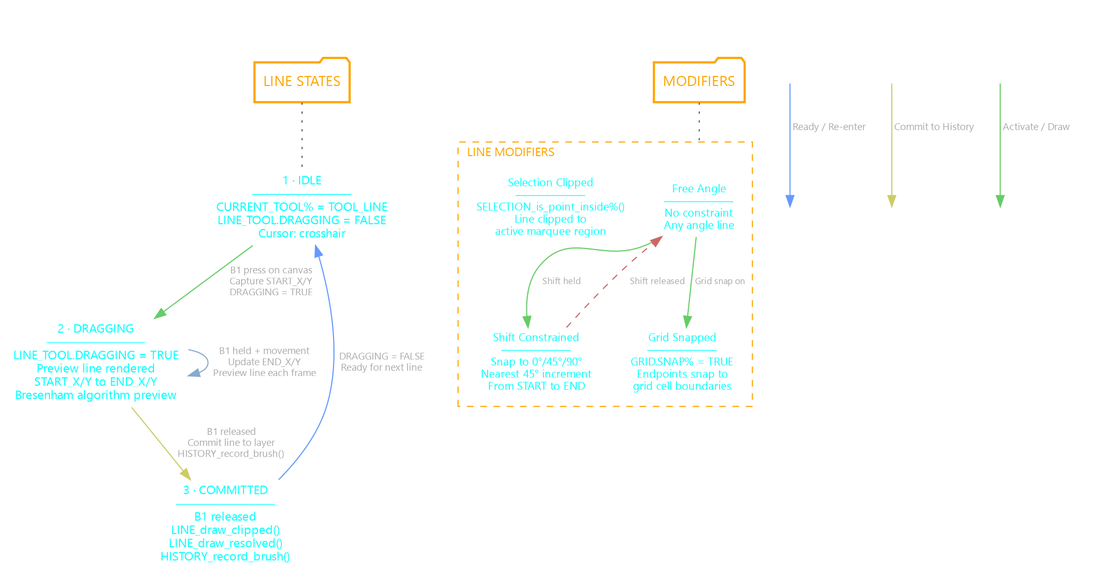
grymmjack/DRAW keeps this Graphviz diagram as PLANS/diagrams/TOOLS/LINE-STATES.png. Above is the earlier version. Its source is kept beside it as PLANS/diagrams/TOOLS/LINE-STATES.DOT. Source of this version:
```dot
digraph LINE_TOOL {
    label="LINE TOOL STATE MACHINE" labelloc=t labeljust=c
    ordering=out rankdir=TB
    fontcolor=white fontsize=24.0 fontname="Cascadia Code PL"
    splines=true compound=true
    bgcolor=transparent
    edge [
        color=gray fontcolor="#aaaaaa" fontsize=9.0
        fontname="Cascadia Code PL"
    ];
    node [
        color=white shape=rect style=""
        fontname="Cascadia Code PL" fontsize=11.0 fontcolor=cyan
    ];

    { node [shape=folder color=orange penwidth=2 fontcolor=orange fontsize=13.0];
        MAIN [label="LINE STATES"];
        MODS [label="MODIFIERS"];
    }

    S_IDLE [label="1 · IDLE\n─────────────────\nCURRENT_TOOL% = TOOL_LINE\nLINE_TOOL.DRAGGING = FALSE\nCursor: crosshair"];
    S_DRAGGING [label="2 · DRAGGING\n─────────────────\nLINE_TOOL.DRAGGING = TRUE\nPreview line rendered\nSTART_X/Y to END_X/Y\nBresenham algorithm preview"];
    S_COMMITTED [label="3 · COMMITTED\n─────────────────\nB1 released\nLINE_draw_clipped()\nLINE_draw_resolved()\nHISTORY_record_brush()"];

    S_IDLE -> S_DRAGGING [label="  B1 press on canvas\n  Capture START_X/Y\n  DRAGGING = TRUE" color="#66cc66"];
    S_DRAGGING -> S_DRAGGING [label="  B1 held + movement\n  Update END_X/Y\n  Preview line each frame" color="#88aacc"];
    S_DRAGGING -> S_COMMITTED [label="  B1 released\n  Commit line to layer\n  HISTORY_record_brush()" color="#cccc66"];
    S_COMMITTED -> S_IDLE [label="  DRAGGING = FALSE\n  Ready for next line" color="#6699ff"];

    subgraph cluster_mods {
        label="LINE MODIFIERS" labelloc=t labeljust=l
        fontcolor=orange fontsize=11.0 fontname="Cascadia Code PL"
        color=orange style=dashed penwidth=1

        M_FREE [label="Free Angle\n────────────\nNo constraint\nAny angle line" fontsize=10.0];
        M_SHIFT [label="Shift Constrained\n────────────\nSnap to 0°/45°/90°\nNearest 45° increment\nFrom START to END" fontsize=10.0];
        M_GRID [label="Grid Snapped\n────────────\nGRID.SNAP% = TRUE\nEndpoints snap to\ngrid cell boundaries" fontsize=10.0];
        M_SELECTION [label="Selection Clipped\n────────────\nSELECTION_is_point_inside%()\nLine clipped to\nactive marquee region" fontsize=10.0];

        M_FREE -> M_SHIFT [label=" Shift held" color="#66cc66" fontsize=8.0];
        M_SHIFT -> M_FREE [label=" Shift released" color="#cc6666" fontsize=8.0 style=dashed];
        M_FREE -> M_GRID [label=" Grid snap on" color="#66cc66" fontsize=8.0];
    }

    MAIN -> S_IDLE [arrowhead=none color="#555555" style=dotted];
    MODS -> M_FREE [arrowhead=none color="#555555" style=dotted lhead=cluster_mods];
    { rank=min; MAIN; MODS }

    subgraph cluster_legend {
        label="LEGEND" labelloc=t labeljust=l
        fontcolor=white fontsize=11.0 fontname="Cascadia Code PL"
        color=white style=dashed penwidth=1
        L1 [label="" shape=point width=0.01]; L2 [label="" shape=point width=0.01];
        L3 [label="" shape=point width=0.01]; L4 [label="" shape=point width=0.01];
        L5 [label="" shape=point width=0.01]; L6 [label="" shape=point width=0.01];
        L1 -> L2 [label=" Activate / Draw" arrowhead=normal color="#66cc66" fontsize=9.0];
        L3 -> L4 [label=" Commit to History" arrowhead=normal color="#cccc66" fontsize=9.0];
        L5 -> L6 [label=" Ready / Re-enter" arrowhead=normal color="#6699ff" fontsize=9.0];
    }
}
```
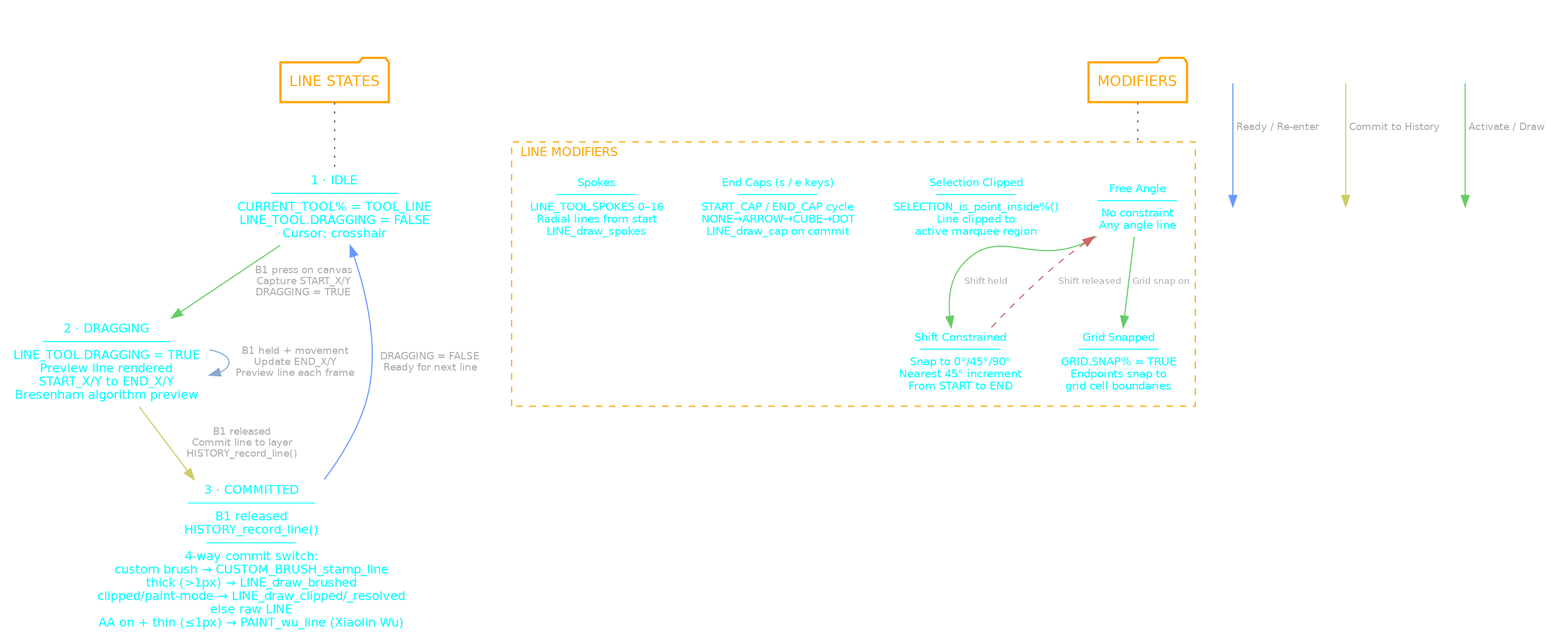
After the change.

The edit, as a diff of the source:
```diff
@@ -20,11 +20,11 @@
 
     S_IDLE [label="1 · IDLE\n─────────────────\nCURRENT_TOOL% = TOOL_LINE\nLINE_TOOL.DRAGGING = FALSE\nCursor: crosshair"];
     S_DRAGGING [label="2 · DRAGGING\n─────────────────\nLINE_TOOL.DRAGGING = TRUE\nPreview line rendered\nSTART_X/Y to END_X/Y\nBresenham algorithm preview"];
-    S_COMMITTED [label="3 · COMMITTED\n─────────────────\nB1 released\nLINE_draw_clipped()\nLINE_draw_resolved()\nHISTORY_record_brush()"];
+    S_COMMITTED [label="3 · COMMITTED\n─────────────────\nB1 released\nHISTORY_record_line()\n────────────\n4-way commit switch:\ncustom brush → CUSTOM_BRUSH_stamp_line\nthick (>1px) → LINE_draw_brushed\nclipped/paint-mode → LINE_draw_clipped/_resolved\nelse raw LINE\nAA on + thin (≤1px) → PAINT_wu_line (Xiaolin Wu)"];
 
     S_IDLE -> S_DRAGGING [label="  B1 press on canvas\n  Capture START_X/Y\n  DRAGGING = TRUE" color="#66cc66"];
     S_DRAGGING -> S_DRAGGING [label="  B1 held + movement\n  Update END_X/Y\n  Preview line each frame" color="#88aacc"];
-    S_DRAGGING -> S_COMMITTED [label="  B1 released\n  Commit line to layer\n  HISTORY_record_brush()" color="#cccc66"];
+    S_DRAGGING -> S_COMMITTED [label="  B1 released\n  Commit line to layer\n  HISTORY_record_line()" color="#cccc66"];
     S_COMMITTED -> S_IDLE [label="  DRAGGING = FALSE\n  Ready for next line" color="#6699ff"];
 
     subgraph cluster_mods {
@@ -36,6 +36,8 @@
         M_SHIFT [label="Shift Constrained\n────────────\nSnap to 0°/45°/90°\nNearest 45° increment\nFrom START to END" fontsize=10.0];
         M_GRID [label="Grid Snapped\n────────────\nGRID.SNAP% = TRUE\nEndpoints snap to\ngrid cell boundaries" fontsize=10.0];
         M_SELECTION [label="Selection Clipped\n────────────\nSELECTION_is_point_inside%()\nLine clipped to\nactive marquee region" fontsize=10.0];
+        M_CAPS [label="End Caps (s / e keys)\n────────────\nSTART_CAP / END_CAP cycle\nNONE→ARROW→CUBE→DOT\nLINE_draw_cap on commit" fontsize=10.0];
+        M_SPOKES [label="Spokes\n────────────\nLINE_TOOL.SPOKES 0–16\nRadial lines from start\nLINE_draw_spokes" fontsize=10.0];
 
         M_FREE -> M_SHIFT [label=" Shift held" color="#66cc66" fontsize=8.0];
         M_SHIFT -> M_FREE [label=" Shift released" color="#cc6666" fontsize=8.0 style=dashed];
```
